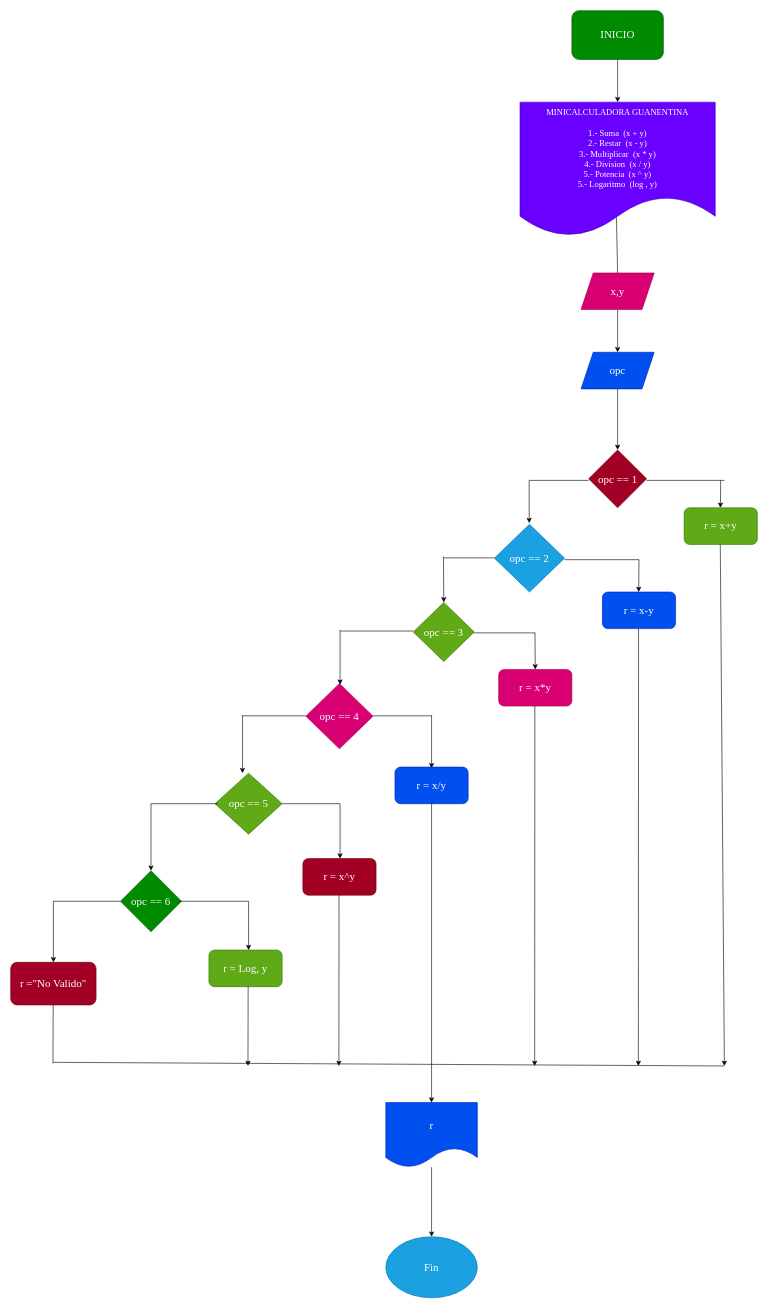
SamyrArchila/minicalculadora_guanentina keeps this draw.io diagram as diagrama.drawio. Above is the earlier version. Source tidied: cells renumbered, new cells numbered last; positions are measured from the earlier drawing's top-left corner, leaving out a move shared by most shapes. Both pictures are drawn from the tidied source at 61%, with x=0, y=0 at pixel (10, 10).
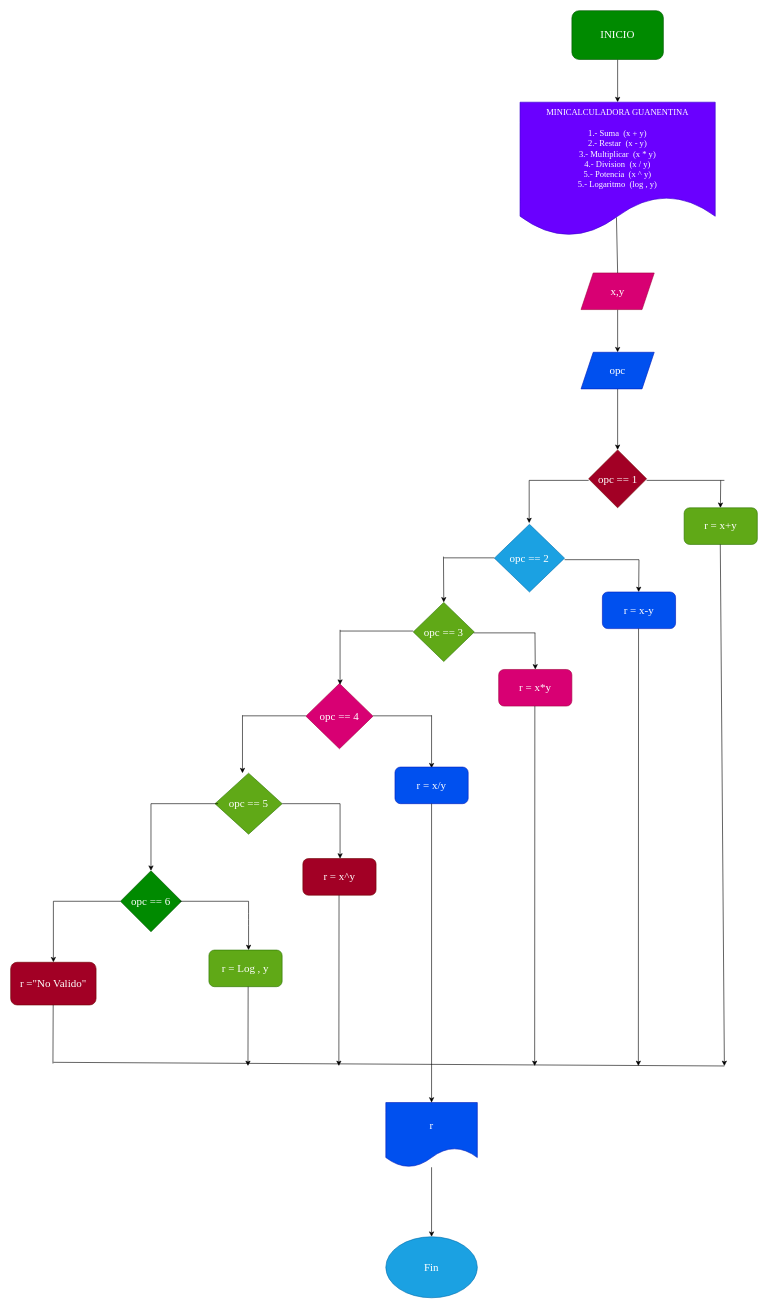
Above is the later version.

Diff of the diagram source:
```diff
@@
-    <mxCell id="43" value="r = Log, y" style="rounded=1;whiteSpace=wrap;html=1;fontFamily=Times New Roman;fontSize=18;fillColor=#60a917;fontColor=#ffffff;strokeColor=#2D7600;" parent="1" vertex="1">
+    <mxCell id="43" value="r = Log , y" style="rounded=1;whiteSpace=wrap;html=1;fontFamily=Times New Roman;fontSize=18;fillColor=#60a917;fontColor=#ffffff;strokeColor=#2D7600;" parent="1" vertex="1">
       <mxGeometry x="325" y="1540" width="120" height="60" as="geometry" />
     </mxCell>
```
